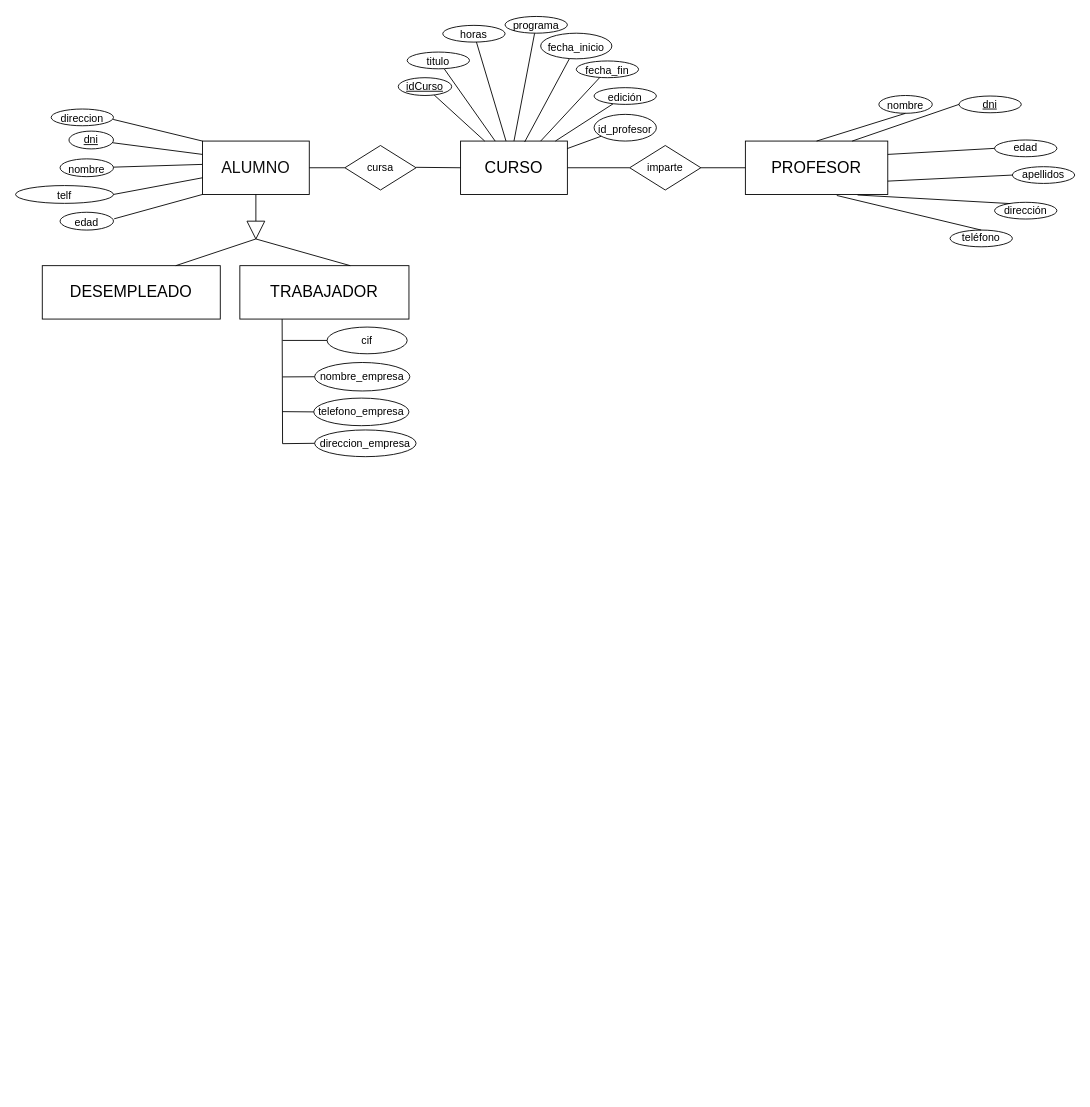
This is Untitled Diagram.drawio from JuanMarinG/TA12_MYSQL, a draw.io file, before an edit. Source tidied: cells renumbered, new cells numbered last; positions are measured from the earlier drawing's top-left corner, leaving out a move shared by most shapes. Both pictures are drawn from the tidied source at 89%, with x=0, y=0 at pixel (15, 16).
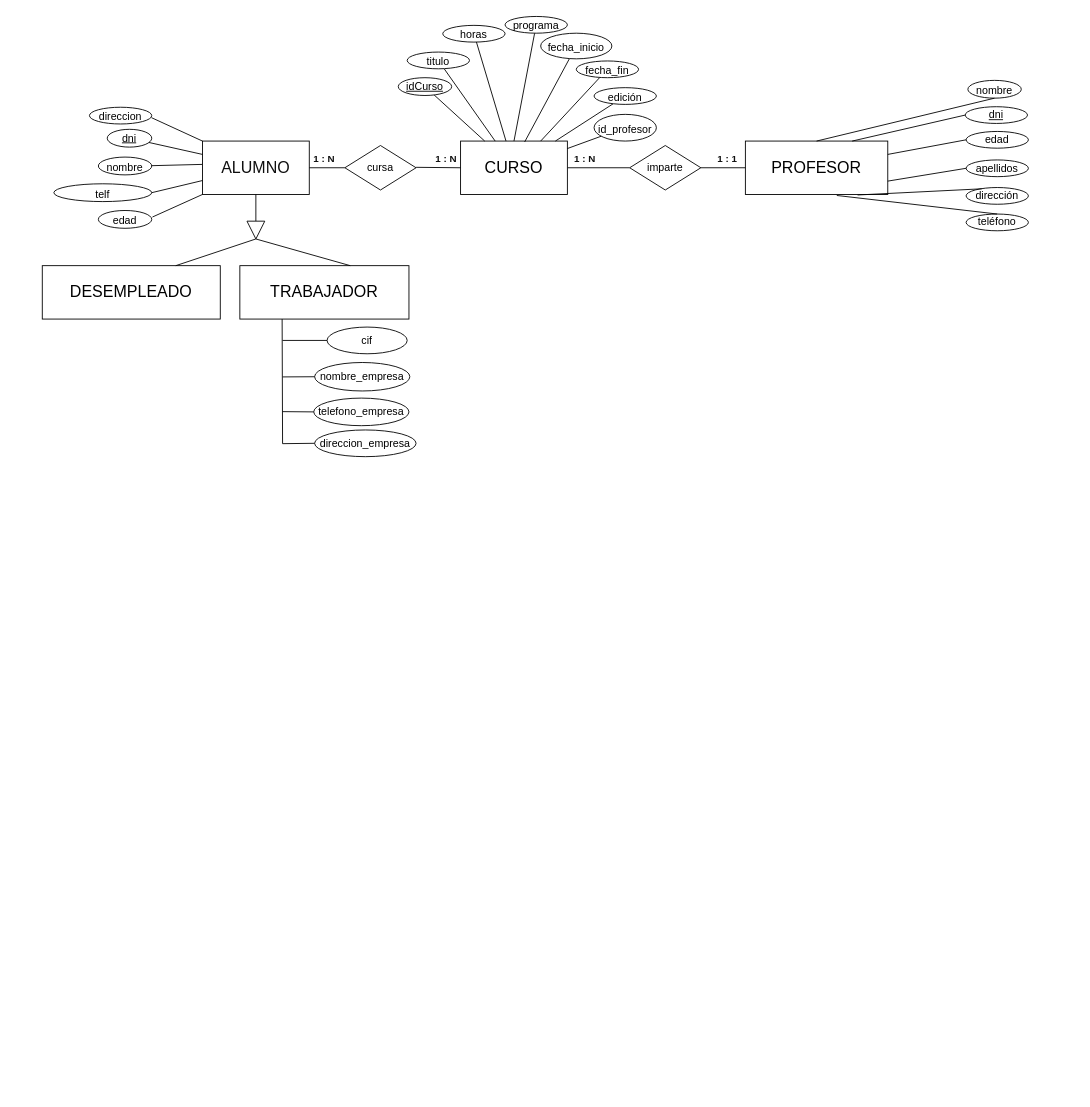
After the change.

Commit message:
Especificar cardinalidades

The change refers to these unchanged cells:
```xml
<mxCell id="31" value="direccion_empresa" style="ellipse;whiteSpace=wrap;html=1;rounded=0;shadow=0;sketch=0;fontSize=12;" parent="1" vertex="1">
  <mxGeometry x="336" y="464.6" width="114" height="30" as="geometry" />
</mxCell>
```

Diff of the diagram source:
```diff
@@
     <mxCell id="14" value="&lt;u&gt;dni&lt;/u&gt;" style="ellipse;whiteSpace=wrap;html=1;rounded=0;sketch=0;" parent="1" vertex="1">
-      <mxGeometry x="60" y="128.8" width="50" height="20" as="geometry" />
+      <mxGeometry x="103" y="126.8" width="50" height="20" as="geometry" />
     </mxCell>
@@
     <mxCell id="16" value="&lt;font style=&quot;font-size: 12px;&quot;&gt;edad&lt;/font&gt;" style="ellipse;whiteSpace=wrap;html=1;rounded=0;shadow=0;sketch=0;fontSize=12;" parent="1" vertex="1">
-      <mxGeometry x="1100" y="138.8" width="70" height="18.8" as="geometry" />
+      <mxGeometry x="1068" y="129.2" width="70" height="18.8" as="geometry" />
     </mxCell>
     <mxCell id="17" value="apellidos" style="ellipse;whiteSpace=wrap;html=1;rounded=0;shadow=0;sketch=0;fontSize=12;" parent="1" vertex="1">
-      <mxGeometry x="1120" y="168.8" width="70" height="18.8" as="geometry" />
+      <mxGeometry x="1068" y="161.2" width="70" height="18.8" as="geometry" />
     </mxCell>
     <mxCell id="18" value="dirección" style="ellipse;whiteSpace=wrap;html=1;rounded=0;shadow=0;sketch=0;fontSize=12;" parent="1" vertex="1">
-      <mxGeometry x="1100" y="208.8" width="70" height="18.8" as="geometry" />
+      <mxGeometry x="1068" y="192.2" width="70" height="18.8" as="geometry" />
     </mxCell>
     <mxCell id="19" value="teléfono" style="ellipse;whiteSpace=wrap;html=1;rounded=0;shadow=0;sketch=0;fontSize=12;" parent="1" vertex="1">
-      <mxGeometry x="1050" y="240" width="70" height="18.8" as="geometry" />
+      <mxGeometry x="1068" y="222" width="70" height="18.8" as="geometry" />
     </mxCell>
@@
     <mxCell id="22" value="&lt;font style=&quot;font-size: 12px;&quot;&gt;nombre&lt;/font&gt;" style="ellipse;whiteSpace=wrap;html=1;rounded=0;shadow=0;sketch=0;fontSize=18;" parent="1" vertex="1">
-      <mxGeometry x="50" y="160" width="60" height="20" as="geometry" />
+      <mxGeometry x="93" y="158" width="60" height="20" as="geometry" />
     </mxCell>
@@
     <mxCell id="24" value="&lt;font style=&quot;font-size: 12px;&quot;&gt;direccion&lt;/font&gt;" style="ellipse;whiteSpace=wrap;html=1;rounded=0;shadow=0;sketch=0;fontSize=18;" parent="1" vertex="1">
-      <mxGeometry x="40" y="104" width="70" height="18.8" as="geometry" />
+      <mxGeometry x="83" y="102" width="70" height="18.8" as="geometry" />
     </mxCell>
@@
     <mxCell id="26" value="&lt;font style=&quot;font-size: 12px;&quot;&gt;telf&lt;/font&gt;" style="ellipse;whiteSpace=wrap;html=1;rounded=0;shadow=0;sketch=0;fontSize=18;" parent="1" vertex="1">
-      <mxGeometry y="190" width="110" height="20" as="geometry" />
+      <mxGeometry x="43" y="188" width="110" height="20" as="geometry" />
     </mxCell>
@@
     <mxCell id="28" value="&lt;font style=&quot;font-size: 12px;&quot;&gt;edad&lt;/font&gt;" style="ellipse;whiteSpace=wrap;html=1;rounded=0;shadow=0;sketch=0;fontSize=18;" parent="1" vertex="1">
-      <mxGeometry x="50" y="220" width="60" height="20" as="geometry" />
+      <mxGeometry x="93" y="218" width="60" height="20" as="geometry" />
     </mxCell>
@@
     <mxCell id="30" style="edgeStyle=orthogonalEdgeStyle;curved=0;rounded=1;sketch=0;jettySize=auto;html=1;fontSize=12;fontColor=#0F0F0F;strokeColor=#FFFFFF;" parent="1" edge="1" source="31">
       <mxGeometry relative="1" as="geometry">
-        <mxPoint x="396.5" y="679" as="targetPoint" />
+        <mxPoint x="314.5" y="1199" as="targetPoint" />
       </mxGeometry>
     </mxCell>
@@
     <mxCell id="38" value="&lt;font style=&quot;font-size: 12px;&quot;&gt;dni&lt;/font&gt;" style="ellipse;whiteSpace=wrap;html=1;rounded=0;shadow=0;sketch=0;fontSize=12;fontStyle=4;" parent="1" vertex="1">
-      <mxGeometry x="1060" y="89.4" width="70" height="18.8" as="geometry" />
+      <mxGeometry x="1067" y="101.4" width="70" height="18.8" as="geometry" />
     </mxCell>
     <mxCell id="39" value="&lt;font style=&quot;font-size: 12px;&quot;&gt;nombre&lt;/font&gt;" style="ellipse;whiteSpace=wrap;html=1;rounded=0;shadow=0;sketch=0;fontSize=18;" parent="1" vertex="1">
-      <mxGeometry x="970" y="88.8" width="60" height="20" as="geometry" />
+      <mxGeometry x="1070" y="71.8" width="60" height="20" as="geometry" />
     </mxCell>
@@
+    <mxCell id="66" value="&lt;b&gt;1 : 1&lt;/b&gt;" style="text;html=1;strokeColor=none;fillColor=none;align=center;verticalAlign=middle;whiteSpace=wrap;rounded=0;shadow=0;sketch=0;fontSize=11;fontColor=#0F0F0F;" parent="1" vertex="1">
+      <mxGeometry x="770" y="145" width="60" height="30" as="geometry" />
+    </mxCell>
+    <mxCell id="67" value="&lt;b&gt;1 : N&lt;br&gt;&lt;/b&gt;" style="text;html=1;strokeColor=none;fillColor=none;align=center;verticalAlign=middle;whiteSpace=wrap;rounded=0;shadow=0;sketch=0;fontSize=11;fontColor=#0F0F0F;" parent="1" vertex="1">
+      <mxGeometry x="610" y="145" width="60" height="30" as="geometry" />
+    </mxCell>
+    <mxCell id="68" value="&lt;b&gt;1 : N&lt;br&gt;&lt;/b&gt;" style="text;html=1;strokeColor=none;fillColor=none;align=center;verticalAlign=middle;whiteSpace=wrap;rounded=0;shadow=0;sketch=0;fontSize=11;fontColor=#0F0F0F;" parent="1" vertex="1">
+      <mxGeometry x="317" y="145" width="60" height="30" as="geometry" />
+    </mxCell>
+    <mxCell id="69" value="&lt;b&gt;1 : N&lt;br&gt;&lt;/b&gt;" style="text;html=1;strokeColor=none;fillColor=none;align=center;verticalAlign=middle;whiteSpace=wrap;rounded=0;shadow=0;sketch=0;fontSize=11;fontColor=#0F0F0F;" parent="1" vertex="1">
+      <mxGeometry x="454" y="145" width="60" height="30" as="geometry" />
+    </mxCell>
```
